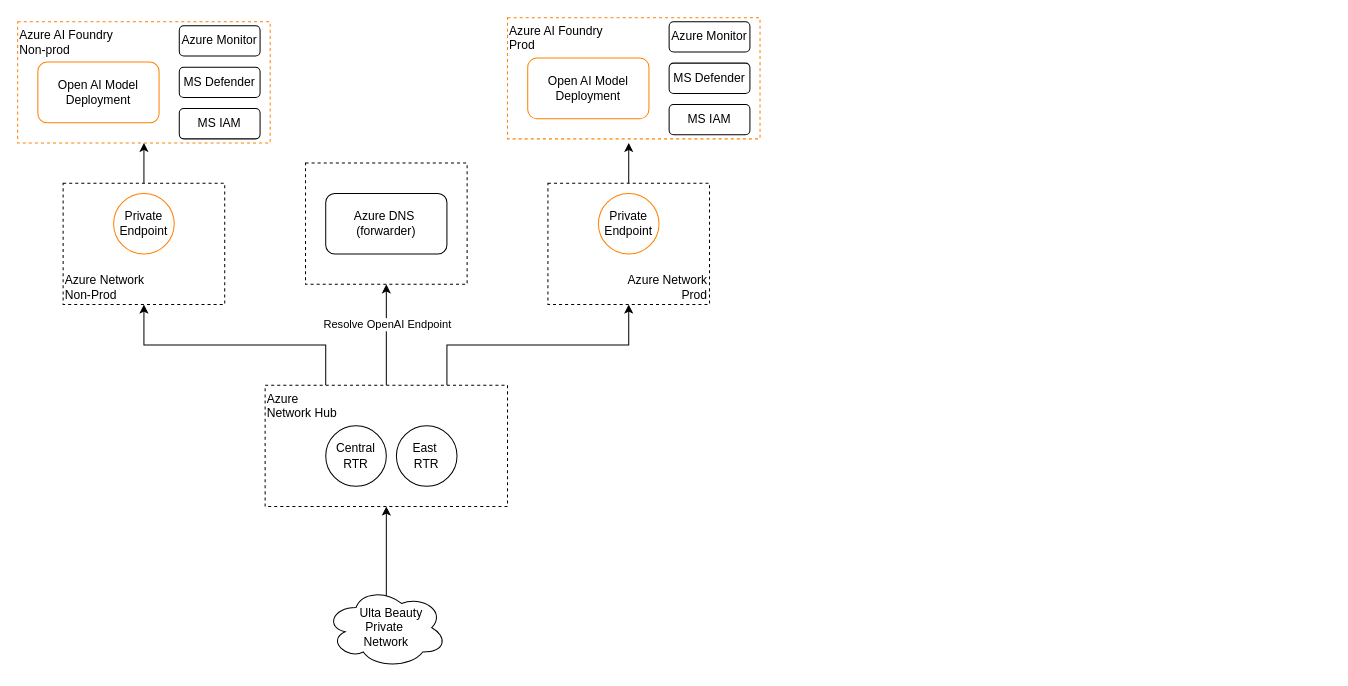
The draw.io diagram images/ai.drawio in bpayt2/temp, before the edit. Source tidied: cells renumbered, new cells numbered last; positions are measured from the earlier drawing's top-left corner, leaving out a move shared by most shapes. Both pictures are drawn from the tidied source at 101%, with x=0, y=0 at pixel (17, 17).
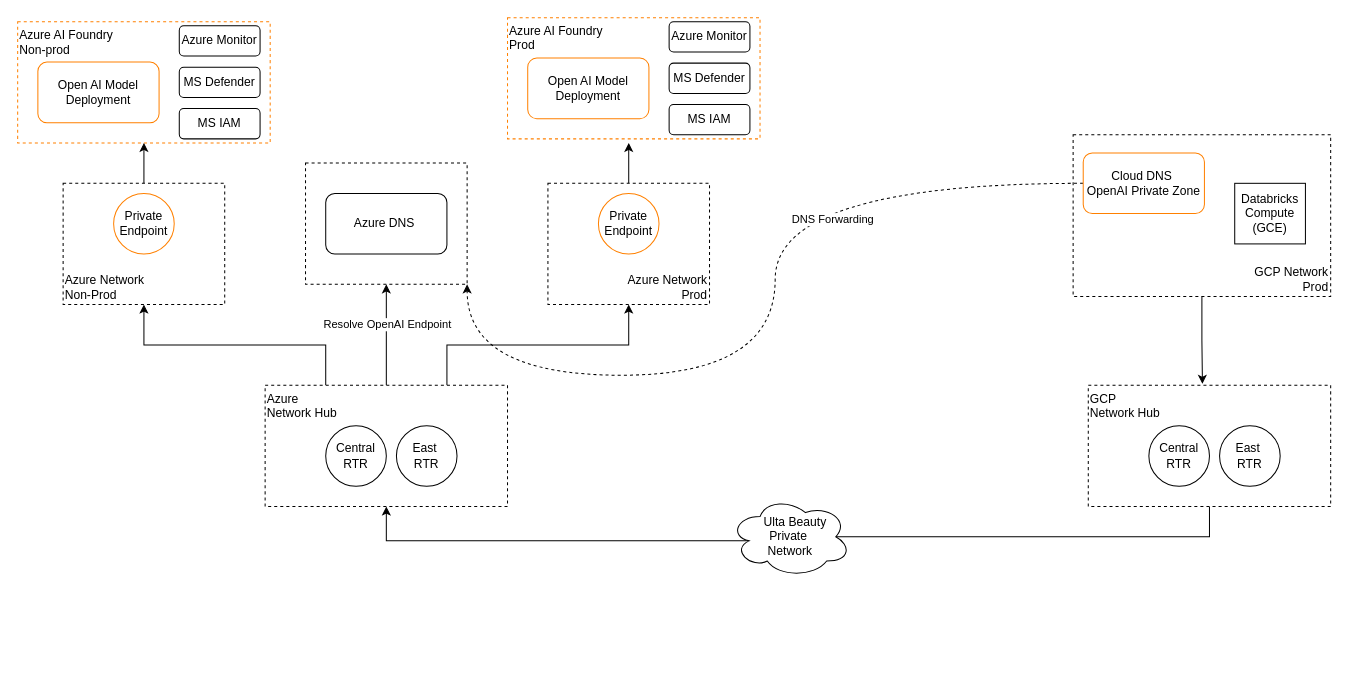
After the change.

Unchanged cells that the change refers to:
```xml
<mxCell id="2" style="rounded=0;whiteSpace=wrap;html=1;dashed=1;" parent="1" vertex="1">
  <mxGeometry x="285" y="144" width="160" height="120" as="geometry" />
</mxCell>
<mxCell id="7" value="Azure&amp;nbsp;&lt;div&gt;Network Hub&lt;/div&gt;" style="rounded=0;whiteSpace=wrap;html=1;dashed=1;align=left;verticalAlign=top;" parent="1" vertex="1">
  <mxGeometry x="245" y="364" width="240" height="120" as="geometry" />
</mxCell>
```

Change to the diagram source:
```diff
@@
-    <mxCell id="15" value="Azure DNS&amp;nbsp;&lt;div&gt;(forwarder)&lt;/div&gt;" style="rounded=1;whiteSpace=wrap;html=1;" parent="1" vertex="1">
+    <mxCell id="15" value="Azure DNS&amp;nbsp;" style="rounded=1;whiteSpace=wrap;html=1;" parent="1" vertex="1">
       <mxGeometry x="305" y="174" width="120" height="60" as="geometry" />
     </mxCell>
@@
-    <mxCell id="19" style="edgeStyle=orthogonalEdgeStyle;rounded=0;jettySize=auto;html=1;exitX=0.5;exitY=0.113;exitDx=0;exitDy=0;exitPerimeter=0;entryX=0.5;entryY=1;entryDx=0;entryDy=0;" parent="1" edge="1" source="20" target="7">
+    <mxCell id="19" style="edgeStyle=orthogonalEdgeStyle;rounded=0;jettySize=auto;html=1;exitX=0.16;exitY=0.55;exitDx=0;exitDy=0;exitPerimeter=0;entryX=0.5;entryY=1;entryDx=0;entryDy=0;" parent="1" edge="1" source="20" target="7">
       <mxGeometry relative="1" as="geometry" />
     </mxCell>
+    <mxCell id="29" style="edgeStyle=orthogonalEdgeStyle;rounded=0;jettySize=auto;html=1;exitX=0.875;exitY=0.5;exitDx=0;exitDy=0;exitPerimeter=0;entryX=0.5;entryY=1;entryDx=0;entryDy=0;startArrow=none;startFill=0;endArrow=none;" parent="1" edge="1" source="20" target="30">
+      <mxGeometry relative="1" as="geometry" />
+    </mxCell>
     <mxCell id="20" value="&amp;nbsp; &amp;nbsp; Ulta Beauty&amp;nbsp;&lt;div&gt;Private&amp;nbsp;&lt;/div&gt;&lt;div&gt;Network&lt;/div&gt;" style="ellipse;shape=cloud;whiteSpace=wrap;html=1;" parent="1" vertex="1">
-      <mxGeometry x="305" y="564" width="120" height="80" as="geometry" />
+      <mxGeometry x="705" y="474" width="120" height="80" as="geometry" />
     </mxCell>
@@
+    <mxCell id="30" value="GCP&amp;nbsp;&lt;div&gt;Network Hub&lt;/div&gt;" style="rounded=0;whiteSpace=wrap;html=1;dashed=1;align=left;verticalAlign=top;" parent="1" vertex="1">
+      <mxGeometry x="1060" y="364" width="240" height="120" as="geometry" />
+    </mxCell>
+    <mxCell id="31" value="GCP Network&lt;div&gt;Prod&lt;/div&gt;" style="rounded=0;whiteSpace=wrap;html=1;dashed=1;verticalAlign=bottom;align=right;" parent="1" vertex="1">
+      <mxGeometry x="1045" y="116" width="255" height="160" as="geometry" />
+    </mxCell>
+    <mxCell id="32" value="Central RTR" style="ellipse;whiteSpace=wrap;html=1;" parent="1" vertex="1">
+      <mxGeometry x="1120" y="404" width="60" height="60" as="geometry" />
+    </mxCell>
+    <mxCell id="33" value="East&amp;nbsp;&lt;div&gt;RTR&lt;/div&gt;" style="ellipse;whiteSpace=wrap;html=1;" parent="1" vertex="1">
+      <mxGeometry x="1190" y="404" width="60" height="60" as="geometry" />
+    </mxCell>
+    <mxCell id="34" style="edgeStyle=orthogonalEdgeStyle;rounded=0;jettySize=auto;html=1;exitX=0;exitY=0.5;exitDx=0;exitDy=0;entryX=1;entryY=1;entryDx=0;entryDy=0;curved=1;dashed=1;" parent="1" edge="1" source="36" target="2">
+      <mxGeometry relative="1" as="geometry">
+        <Array as="points">
+          <mxPoint x="750" y="164" />
+          <mxPoint x="750" y="354" />
+          <mxPoint x="445" y="354" />
+        </Array>
+      </mxGeometry>
+    </mxCell>
+    <mxCell id="35" value="DNS Forwarding" style="edgeLabel;html=1;align=center;verticalAlign=middle;" parent="34" vertex="1">
+      <mxGeometry x="-0.44" y="35" relative="1" as="geometry" />
+    </mxCell>
+    <mxCell id="36" value="Cloud DNS&amp;nbsp;&lt;div&gt;OpenAI Private Zone&lt;/div&gt;" style="rounded=1;whiteSpace=wrap;html=1;strokeColor=#FF8000;" parent="1" vertex="1">
+      <mxGeometry x="1055" y="134" width="120" height="60" as="geometry" />
+    </mxCell>
+    <mxCell id="37" style="edgeStyle=orthogonalEdgeStyle;rounded=0;jettySize=auto;html=1;exitX=0.5;exitY=1;exitDx=0;exitDy=0;entryX=0.471;entryY=-0.012;entryDx=0;entryDy=0;entryPerimeter=0;" parent="1" edge="1" source="31" target="30">
+      <mxGeometry relative="1" as="geometry" />
+    </mxCell>
+    <mxCell id="38" value="Databricks Compute (GCE)" style="rounded=0;whiteSpace=wrap;html=1;" parent="1" vertex="1">
+      <mxGeometry x="1205" y="164" width="70" height="60" as="geometry" />
+    </mxCell>
```
